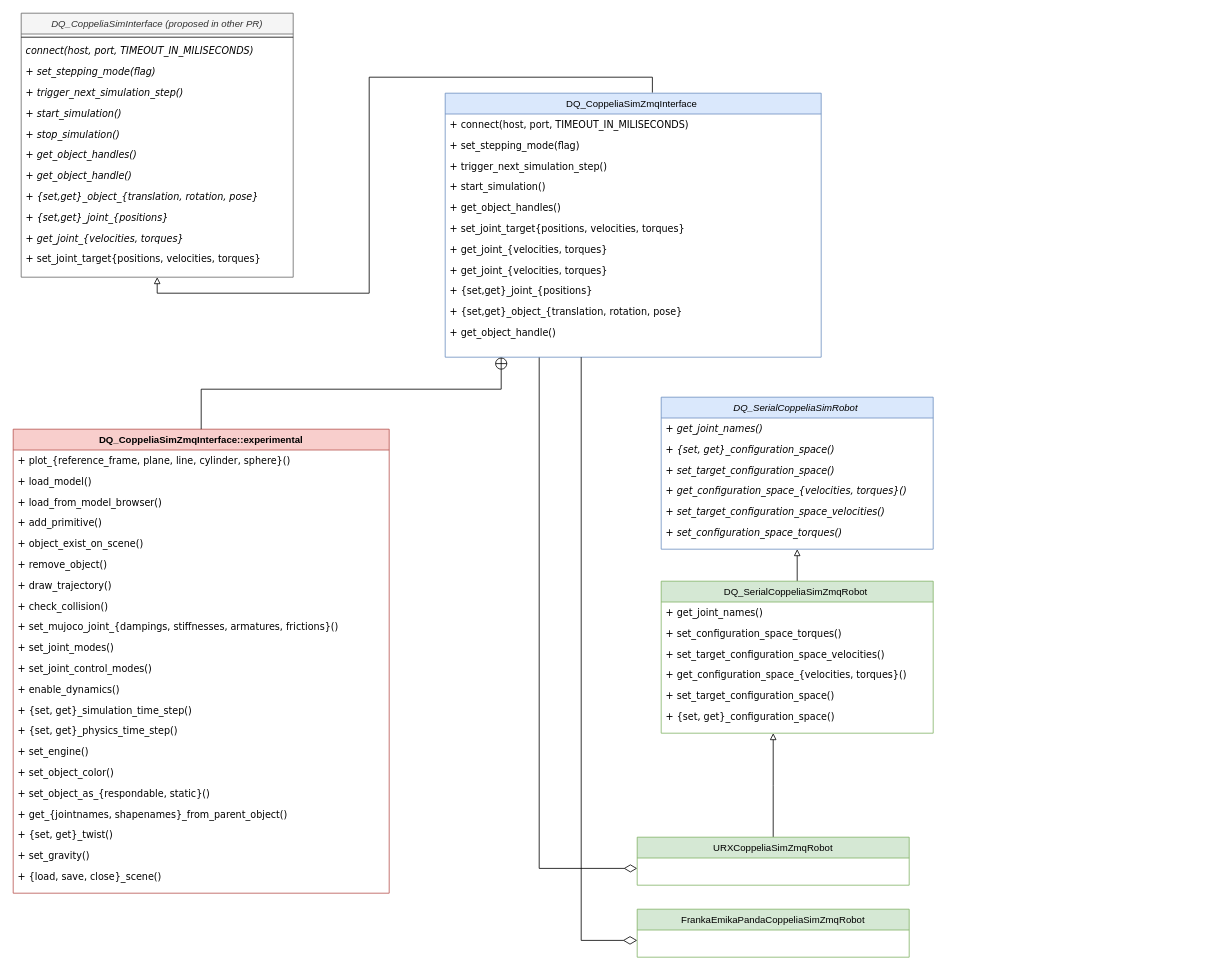
This is DQ_CoppeliaSimZmqInterface.drawio from juanjqo/draw_io_diagrams_test, a draw.io file, before an edit. Source tidied: cells renumbered, new cells numbered last; positions are measured from the earlier drawing's top-left corner, leaving out a move shared by most shapes. Both pictures are drawn from the tidied source at 80%, with x=0, y=0 at pixel (13, 13).
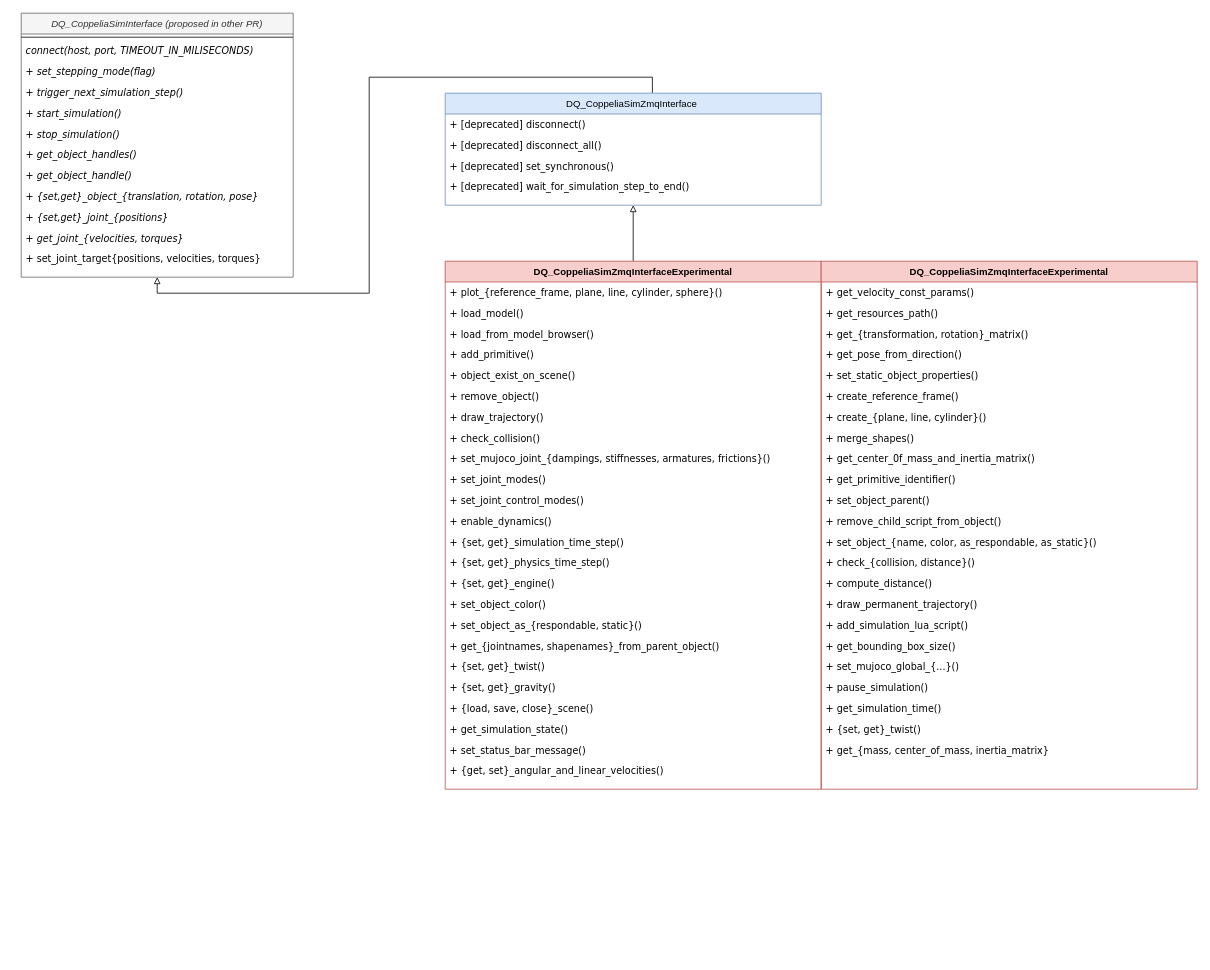
Above is the later version.

Change to the diagram source:
```diff
@@
-    <mxCell id="16" style="edgeStyle=orthogonalEdgeStyle;rounded=0;jettySize=auto;html=1;exitX=0.25;exitY=1;exitDx=0;exitDy=0;entryX=0;entryY=0.5;entryDx=0;entryDy=0;endArrow=diamondThin;endFill=0;startSize=12;sourcePerimeterSpacing=6;targetPerimeterSpacing=9;endSize=14;" parent="1" edge="1" source="17" target="69">
-      <mxGeometry relative="1" as="geometry" />
-    </mxCell>
     <mxCell id="17" value="DQ_CoppeliaSimZmqInterface " style="swimlane;fontStyle=0;align=center;verticalAlign=top;horizontal=1;startSize=26;rounded=0;shadow=0;strokeWidth=1;fillColor=#dae8fc;strokeColor=#6c8ebf;" parent="1" vertex="1">
-      <mxGeometry x="540" y="100" width="470" height="330" as="geometry" />
+      <mxGeometry x="540" y="100" width="470" height="140" as="geometry" />
     </mxCell>
-    <mxCell id="18" value="+ connect(host, port, TIMEOUT_IN_MILISECONDS)" style="text;align=left;verticalAlign=top;spacingLeft=4;spacingRight=4;overflow=hidden;fontFamily=Verdana;fontStyle=0;" parent="17" vertex="1">
-      <mxGeometry y="26" width="470" height="26" as="geometry" />
-    </mxCell>
-    <mxCell id="19" value="+ set_stepping_mode(flag)" style="text;align=left;verticalAlign=top;spacingLeft=4;spacingRight=4;overflow=hidden;fontFamily=Verdana;fontStyle=0;" parent="17" vertex="1">
-      <mxGeometry y="52" width="470" height="26" as="geometry" />
-    </mxCell>
-    <mxCell id="20" value="+ trigger_next_simulation_step()" style="text;align=left;verticalAlign=top;spacingLeft=4;spacingRight=4;overflow=hidden;fontFamily=Verdana;fontStyle=0;" parent="17" vertex="1">
-      <mxGeometry y="78" width="470" height="26" as="geometry" />
-    </mxCell>
-    <mxCell id="21" value="+ start_simulation()" style="text;align=left;verticalAlign=top;spacingLeft=4;spacingRight=4;overflow=hidden;fontFamily=Verdana;fontStyle=0;" parent="17" vertex="1">
-      <mxGeometry y="104" width="470" height="26" as="geometry" />
-    </mxCell>
-    <mxCell id="22" value="+ get_object_handles()" style="text;align=left;verticalAlign=top;spacingLeft=4;spacingRight=4;overflow=hidden;fontFamily=Verdana;fontStyle=0;" parent="17" vertex="1">
-      <mxGeometry y="130" width="470" height="26" as="geometry" />
-    </mxCell>
-    <mxCell id="23" value="+ set_joint_target{positions, velocities, torques}" style="text;align=left;verticalAlign=top;spacingLeft=4;spacingRight=4;overflow=hidden;fontFamily=Verdana;fontStyle=0;" parent="17" vertex="1">
-      <mxGeometry y="156" width="470" height="26" as="geometry" />
-    </mxCell>
-    <mxCell id="24" value="+ get_joint_{velocities, torques}" style="text;align=left;verticalAlign=top;spacingLeft=4;spacingRight=4;overflow=hidden;fontFamily=Verdana;fontStyle=0;" parent="17" vertex="1">
-      <mxGeometry y="182" width="470" height="26" as="geometry" />
-    </mxCell>
-    <mxCell id="25" value="+ get_joint_{velocities, torques}" style="text;align=left;verticalAlign=top;spacingLeft=4;spacingRight=4;overflow=hidden;fontFamily=Verdana;fontStyle=0;" parent="17" vertex="1">
-      <mxGeometry y="208" width="470" height="26" as="geometry" />
-    </mxCell>
-    <mxCell id="26" value="+ {set,get}_joint_{positions}" style="text;align=left;verticalAlign=top;spacingLeft=4;spacingRight=4;overflow=hidden;fontFamily=Verdana;fontStyle=0;" parent="17" vertex="1">
-      <mxGeometry y="234" width="470" height="26" as="geometry" />
-    </mxCell>
-    <mxCell id="27" value="+ {set,get}_object_{translation, rotation, pose}" style="text;align=left;verticalAlign=top;spacingLeft=4;spacingRight=4;overflow=hidden;fontFamily=Verdana;fontStyle=0;" parent="17" vertex="1">
-      <mxGeometry y="260" width="470" height="26" as="geometry" />
-    </mxCell>
-    <mxCell id="28" value="+ get_object_handle()" style="text;align=left;verticalAlign=top;spacingLeft=4;spacingRight=4;overflow=hidden;fontFamily=Verdana;fontStyle=0;" parent="17" vertex="1">
-      <mxGeometry y="286" width="470" height="26" as="geometry" />
-    </mxCell>
+    <mxCell id="73" value="+ [deprecated] disconnect()" style="text;align=left;verticalAlign=top;spacingLeft=4;spacingRight=4;overflow=hidden;fontFamily=Verdana;fontStyle=0;" parent="17" vertex="1">
+      <mxGeometry y="26" width="470" height="26" as="geometry" />
+    </mxCell>
+    <mxCell id="74" value="+ [deprecated] disconnect_all()" style="text;align=left;verticalAlign=top;spacingLeft=4;spacingRight=4;overflow=hidden;fontFamily=Verdana;fontStyle=0;" parent="17" vertex="1">
+      <mxGeometry y="52" width="470" height="26" as="geometry" />
+    </mxCell>
+    <mxCell id="75" value="+ [deprecated] set_synchronous()" style="text;align=left;verticalAlign=top;spacingLeft=4;spacingRight=4;overflow=hidden;fontFamily=Verdana;fontStyle=0;" parent="17" vertex="1">
+      <mxGeometry y="78" width="470" height="26" as="geometry" />
+    </mxCell>
+    <mxCell id="76" value="+ [deprecated] wait_for_simulation_step_to_end()" style="text;align=left;verticalAlign=top;spacingLeft=4;spacingRight=4;overflow=hidden;fontFamily=Verdana;fontStyle=0;" parent="17" vertex="1">
+      <mxGeometry y="104" width="470" height="26" as="geometry" />
+    </mxCell>
+    <mxCell id="77" style="edgeStyle=orthogonalEdgeStyle;rounded=0;jettySize=auto;html=1;entryX=0.5;entryY=1;entryDx=0;entryDy=0;endArrow=block;endFill=0;" parent="1" edge="1" source="29" target="17">
+      <mxGeometry relative="1" as="geometry" />
+    </mxCell>
-    <mxCell id="29" value="DQ_CoppeliaSimZmqInterface::experimental" style="swimlane;fontStyle=1;align=center;verticalAlign=top;horizontal=1;startSize=26;rounded=0;shadow=0;strokeWidth=1;fillColor=#f8cecc;strokeColor=#b85450;" parent="1" vertex="1">
-      <mxGeometry y="520" width="470" height="580" as="geometry" />
+    <mxCell id="29" value="DQ_CoppeliaSimZmqInterfaceExperimental" style="swimlane;fontStyle=1;align=center;verticalAlign=top;horizontal=1;startSize=26;rounded=0;shadow=0;strokeWidth=1;fillColor=#f8cecc;strokeColor=#b85450;" parent="1" vertex="1">
+      <mxGeometry x="540" y="310" width="470" height="660" as="geometry" />
     </mxCell>
@@
-    <mxCell id="44" value="+ set_engine()" style="text;align=left;verticalAlign=top;spacingLeft=4;spacingRight=4;overflow=hidden;fontFamily=Verdana;fontStyle=0;" parent="29" vertex="1">
+    <mxCell id="44" value="+ {set, get}_engine()" style="text;align=left;verticalAlign=top;spacingLeft=4;spacingRight=4;overflow=hidden;fontFamily=Verdana;fontStyle=0;" parent="29" vertex="1">
       <mxGeometry y="390" width="470" height="26" as="geometry" />
     </mxCell>
@@
-    <mxCell id="49" value="+ set_gravity()" style="text;align=left;verticalAlign=top;spacingLeft=4;spacingRight=4;overflow=hidden;fontFamily=Verdana;fontStyle=0;" parent="29" vertex="1">
+    <mxCell id="49" value="+ {set, get}_gravity()" style="text;align=left;verticalAlign=top;spacingLeft=4;spacingRight=4;overflow=hidden;fontFamily=Verdana;fontStyle=0;" parent="29" vertex="1">
       <mxGeometry y="520" width="470" height="26" as="geometry" />
     </mxCell>
@@
-    <mxCell id="51" style="edgeStyle=orthogonalEdgeStyle;rounded=0;jettySize=auto;html=1;endArrow=circlePlus;endFill=0;" parent="1" edge="1" source="29">
-      <mxGeometry relative="1" as="geometry">
-        <mxPoint x="610" y="430" as="targetPoint" />
-        <Array as="points">
-          <mxPoint x="235" y="470" />
-          <mxPoint x="610" y="470" />
-        </Array>
-      </mxGeometry>
-    </mxCell>
-    <mxCell id="52" value="DQ_SerialCoppeliaSimRobot " style="swimlane;fontStyle=2;align=center;verticalAlign=top;horizontal=1;startSize=26;rounded=0;shadow=0;strokeWidth=1;fillColor=#dae8fc;strokeColor=#6c8ebf;" parent="1" vertex="1">
-      <mxGeometry x="810" y="480" width="340" height="190" as="geometry" />
-    </mxCell>
-    <mxCell id="53" value="+ get_joint_names()" style="text;align=left;verticalAlign=top;spacingLeft=4;spacingRight=4;overflow=hidden;fontFamily=Verdana;fontStyle=2;" parent="52" vertex="1">
-      <mxGeometry y="26" width="340" height="26" as="geometry" />
-    </mxCell>
-    <mxCell id="54" value="+ {set, get}_configuration_space()" style="text;align=left;verticalAlign=top;spacingLeft=4;spacingRight=4;overflow=hidden;fontFamily=Verdana;fontStyle=2;" parent="52" vertex="1">
-      <mxGeometry y="52" width="340" height="26" as="geometry" />
-    </mxCell>
-    <mxCell id="55" value="+ set_target_configuration_space()" style="text;align=left;verticalAlign=top;spacingLeft=4;spacingRight=4;overflow=hidden;fontFamily=Verdana;fontStyle=2;" parent="52" vertex="1">
-      <mxGeometry y="78" width="340" height="26" as="geometry" />
-    </mxCell>
-    <mxCell id="56" value="+ get_configuration_space_{velocities, torques}()&#10;" style="text;align=left;verticalAlign=top;spacingLeft=4;spacingRight=4;overflow=hidden;fontFamily=Verdana;fontStyle=2;" parent="52" vertex="1">
-      <mxGeometry y="104" width="340" height="26" as="geometry" />
-    </mxCell>
-    <mxCell id="57" value="+ set_target_configuration_space_velocities()&#10;" style="text;align=left;verticalAlign=top;spacingLeft=4;spacingRight=4;overflow=hidden;fontFamily=Verdana;fontStyle=2;" parent="52" vertex="1">
-      <mxGeometry y="130" width="340" height="26" as="geometry" />
-    </mxCell>
-    <mxCell id="58" value="+ set_configuration_space_torques()&#10;" style="text;align=left;verticalAlign=top;spacingLeft=4;spacingRight=4;overflow=hidden;fontFamily=Verdana;fontStyle=2;" parent="52" vertex="1">
-      <mxGeometry y="156" width="340" height="26" as="geometry" />
-    </mxCell>
-    <mxCell id="59" style="edgeStyle=orthogonalEdgeStyle;rounded=0;jettySize=auto;html=1;exitX=0.5;exitY=0;exitDx=0;exitDy=0;entryX=0.5;entryY=1;entryDx=0;entryDy=0;endArrow=block;endFill=0;" parent="1" edge="1" source="60" target="52">
-      <mxGeometry relative="1" as="geometry" />
-    </mxCell>
-    <mxCell id="60" value="DQ_SerialCoppeliaSimZmqRobot " style="swimlane;fontStyle=0;align=center;verticalAlign=top;horizontal=1;startSize=26;rounded=0;shadow=0;strokeWidth=1;fillColor=#d5e8d4;strokeColor=#82b366;" parent="1" vertex="1">
-      <mxGeometry x="810" y="710" width="340" height="190" as="geometry" />
-    </mxCell>
-    <mxCell id="61" value="+ get_joint_names()" style="text;align=left;verticalAlign=top;spacingLeft=4;spacingRight=4;overflow=hidden;fontFamily=Verdana;fontStyle=0;" parent="60" vertex="1">
-      <mxGeometry y="26" width="340" height="26" as="geometry" />
-    </mxCell>
-    <mxCell id="62" value="+ set_configuration_space_torques()&#10;" style="text;align=left;verticalAlign=top;spacingLeft=4;spacingRight=4;overflow=hidden;fontFamily=Verdana;fontStyle=0;" parent="60" vertex="1">
-      <mxGeometry y="52" width="340" height="26" as="geometry" />
-    </mxCell>
-    <mxCell id="63" value="+ set_target_configuration_space_velocities()&#10;" style="text;align=left;verticalAlign=top;spacingLeft=4;spacingRight=4;overflow=hidden;fontFamily=Verdana;fontStyle=0;" parent="60" vertex="1">
-      <mxGeometry y="78" width="340" height="26" as="geometry" />
-    </mxCell>
-    <mxCell id="64" value="+ get_configuration_space_{velocities, torques}()&#10;" style="text;align=left;verticalAlign=top;spacingLeft=4;spacingRight=4;overflow=hidden;fontFamily=Verdana;fontStyle=0;" parent="60" vertex="1">
-      <mxGeometry y="104" width="340" height="26" as="geometry" />
-    </mxCell>
-    <mxCell id="65" value="+ set_target_configuration_space()" style="text;align=left;verticalAlign=top;spacingLeft=4;spacingRight=4;overflow=hidden;fontFamily=Verdana;fontStyle=0;" parent="60" vertex="1">
-      <mxGeometry y="130" width="340" height="26" as="geometry" />
-    </mxCell>
-    <mxCell id="66" value="+ {set, get}_configuration_space()" style="text;align=left;verticalAlign=top;spacingLeft=4;spacingRight=4;overflow=hidden;fontFamily=Verdana;fontStyle=0;" parent="60" vertex="1">
-      <mxGeometry y="156" width="340" height="26" as="geometry" />
-    </mxCell>
-    <mxCell id="67" style="edgeStyle=orthogonalEdgeStyle;rounded=0;jettySize=auto;html=1;endArrow=block;endFill=0;" parent="1" edge="1" source="68">
-      <mxGeometry relative="1" as="geometry">
-        <mxPoint x="950" y="900" as="targetPoint" />
-      </mxGeometry>
-    </mxCell>
-    <mxCell id="68" value="URXCoppeliaSimZmqRobot" style="swimlane;fontStyle=0;align=center;verticalAlign=top;horizontal=1;startSize=26;rounded=0;shadow=0;strokeWidth=1;fillColor=#d5e8d4;strokeColor=#82b366;" parent="1" vertex="1">
-      <mxGeometry x="780" y="1030" width="340" height="60" as="geometry" />
-    </mxCell>
-    <mxCell id="69" value="&#10;" style="text;align=left;verticalAlign=top;spacingLeft=4;spacingRight=4;overflow=hidden;points=[[0,0.5],[1,0.5]];portConstraint=eastwest;fontFamily=Verdana;fontStyle=0;" parent="68" vertex="1">
-      <mxGeometry y="26" width="340" height="26" as="geometry" />
-    </mxCell>
-    <mxCell id="70" value="FrankaEmikaPandaCoppeliaSimZmqRobot" style="swimlane;fontStyle=0;align=center;verticalAlign=top;horizontal=1;startSize=26;rounded=0;shadow=0;strokeWidth=1;fillColor=#d5e8d4;strokeColor=#82b366;" parent="1" vertex="1">
-      <mxGeometry x="780" y="1120" width="340" height="60" as="geometry" />
-    </mxCell>
-    <mxCell id="71" style="edgeStyle=orthogonalEdgeStyle;rounded=0;jettySize=auto;html=1;exitX=0;exitY=0.5;exitDx=0;exitDy=0;endArrow=none;endFill=0;startArrow=diamondThin;startFill=0;targetPerimeterSpacing=4;sourcePerimeterSpacing=4;endSize=10;startSize=15;" parent="70" edge="1" source="72">
-      <mxGeometry relative="1" as="geometry">
-        <mxPoint x="-70" y="-690" as="targetPoint" />
-        <Array as="points">
-          <mxPoint x="-70" y="39" />
-          <mxPoint x="-70" y="-690" />
-        </Array>
-      </mxGeometry>
-    </mxCell>
-    <mxCell id="72" value="&#10;" style="text;align=left;verticalAlign=top;spacingLeft=4;spacingRight=4;overflow=hidden;points=[[0,0.5],[1,0.5]];portConstraint=eastwest;fontFamily=Verdana;fontStyle=0;" parent="70" vertex="1">
-      <mxGeometry y="26" width="340" height="26" as="geometry" />
-    </mxCell>
+    <mxCell id="78" value="+ get_simulation_state()" style="text;align=left;verticalAlign=top;spacingLeft=4;spacingRight=4;overflow=hidden;fontFamily=Verdana;fontStyle=0;" parent="29" vertex="1">
+      <mxGeometry y="572" width="470" height="26" as="geometry" />
+    </mxCell>
+    <mxCell id="79" value="+ set_status_bar_message()" style="text;align=left;verticalAlign=top;spacingLeft=4;spacingRight=4;overflow=hidden;fontFamily=Verdana;fontStyle=0;" parent="29" vertex="1">
+      <mxGeometry y="598" width="470" height="26" as="geometry" />
+    </mxCell>
+    <mxCell id="80" value="+ {get, set}_angular_and_linear_velocities()" style="text;align=left;verticalAlign=top;spacingLeft=4;spacingRight=4;overflow=hidden;fontFamily=Verdana;fontStyle=0;" parent="29" vertex="1">
+      <mxGeometry y="624" width="470" height="26" as="geometry" />
+    </mxCell>
+    <mxCell id="81" value="DQ_CoppeliaSimZmqInterfaceExperimental" style="swimlane;fontStyle=1;align=center;verticalAlign=top;horizontal=1;startSize=26;rounded=0;shadow=0;strokeWidth=1;fillColor=#f8cecc;strokeColor=#b85450;" parent="1" vertex="1">
+      <mxGeometry x="1010" y="310" width="470" height="660" as="geometry" />
+    </mxCell>
+    <mxCell id="82" value="+ get_velocity_const_params()" style="text;align=left;verticalAlign=top;spacingLeft=4;spacingRight=4;overflow=hidden;fontFamily=Verdana;fontStyle=0;" parent="81" vertex="1">
+      <mxGeometry y="26" width="470" height="26" as="geometry" />
+    </mxCell>
+    <mxCell id="83" value="+ get_resources_path()" style="text;align=left;verticalAlign=top;spacingLeft=4;spacingRight=4;overflow=hidden;fontFamily=Verdana;fontStyle=0;" parent="81" vertex="1">
+      <mxGeometry y="52" width="470" height="26" as="geometry" />
+    </mxCell>
+    <mxCell id="84" value="+ get_{transformation, rotation}_matrix()" style="text;align=left;verticalAlign=top;spacingLeft=4;spacingRight=4;overflow=hidden;fontFamily=Verdana;fontStyle=0;" parent="81" vertex="1">
+      <mxGeometry y="78" width="470" height="26" as="geometry" />
+    </mxCell>
+    <mxCell id="85" value="+ get_pose_from_direction()" style="text;align=left;verticalAlign=top;spacingLeft=4;spacingRight=4;overflow=hidden;fontFamily=Verdana;fontStyle=0;" parent="81" vertex="1">
+      <mxGeometry y="104" width="470" height="26" as="geometry" />
+    </mxCell>
+    <mxCell id="86" value="+ set_static_object_properties()" style="text;align=left;verticalAlign=top;spacingLeft=4;spacingRight=4;overflow=hidden;fontFamily=Verdana;fontStyle=0;" parent="81" vertex="1">
+      <mxGeometry y="130" width="470" height="26" as="geometry" />
+    </mxCell>
+    <mxCell id="87" value="+ create_reference_frame()" style="text;align=left;verticalAlign=top;spacingLeft=4;spacingRight=4;overflow=hidden;fontFamily=Verdana;fontStyle=0;" parent="81" vertex="1">
+      <mxGeometry y="156" width="470" height="26" as="geometry" />
+    </mxCell>
+    <mxCell id="88" value="+ create_{plane, line, cylinder}()" style="text;align=left;verticalAlign=top;spacingLeft=4;spacingRight=4;overflow=hidden;fontFamily=Verdana;fontStyle=0;" parent="81" vertex="1">
+      <mxGeometry y="182" width="470" height="26" as="geometry" />
+    </mxCell>
+    <mxCell id="89" value="+ merge_shapes()" style="text;align=left;verticalAlign=top;spacingLeft=4;spacingRight=4;overflow=hidden;fontFamily=Verdana;fontStyle=0;" parent="81" vertex="1">
+      <mxGeometry y="208" width="470" height="26" as="geometry" />
+    </mxCell>
+    <mxCell id="90" value="+ get_center_0f_mass_and_inertia_matrix()" style="text;align=left;verticalAlign=top;spacingLeft=4;spacingRight=4;overflow=hidden;fontFamily=Verdana;fontStyle=0;" parent="81" vertex="1">
+      <mxGeometry y="234" width="470" height="26" as="geometry" />
+    </mxCell>
+    <mxCell id="91" value="+ get_primitive_identifier()" style="text;align=left;verticalAlign=top;spacingLeft=4;spacingRight=4;overflow=hidden;fontFamily=Verdana;fontStyle=0;" parent="81" vertex="1">
+      <mxGeometry y="260" width="470" height="26" as="geometry" />
+    </mxCell>
+    <mxCell id="92" value="+ set_object_parent()" style="text;align=left;verticalAlign=top;spacingLeft=4;spacingRight=4;overflow=hidden;fontFamily=Verdana;fontStyle=0;" parent="81" vertex="1">
+      <mxGeometry y="286" width="470" height="26" as="geometry" />
+    </mxCell>
+    <mxCell id="93" value="+ remove_child_script_from_object()" style="text;align=left;verticalAlign=top;spacingLeft=4;spacingRight=4;overflow=hidden;fontFamily=Verdana;fontStyle=0;" parent="81" vertex="1">
+      <mxGeometry y="312" width="470" height="26" as="geometry" />
+    </mxCell>
+    <mxCell id="94" value="+ set_object_{name, color, as_respondable, as_static}()" style="text;align=left;verticalAlign=top;spacingLeft=4;spacingRight=4;overflow=hidden;fontFamily=Verdana;fontStyle=0;" parent="81" vertex="1">
+      <mxGeometry y="338" width="470" height="26" as="geometry" />
+    </mxCell>
+    <mxCell id="95" value="+ check_{collision, distance}()" style="text;align=left;verticalAlign=top;spacingLeft=4;spacingRight=4;overflow=hidden;fontFamily=Verdana;fontStyle=0;" parent="81" vertex="1">
+      <mxGeometry y="364" width="470" height="26" as="geometry" />
+    </mxCell>
+    <mxCell id="96" value="+ compute_distance()" style="text;align=left;verticalAlign=top;spacingLeft=4;spacingRight=4;overflow=hidden;fontFamily=Verdana;fontStyle=0;" parent="81" vertex="1">
+      <mxGeometry y="390" width="470" height="26" as="geometry" />
+    </mxCell>
+    <mxCell id="97" value="+ draw_permanent_trajectory()" style="text;align=left;verticalAlign=top;spacingLeft=4;spacingRight=4;overflow=hidden;fontFamily=Verdana;fontStyle=0;" parent="81" vertex="1">
+      <mxGeometry y="416" width="470" height="26" as="geometry" />
+    </mxCell>
+    <mxCell id="98" value="+ add_simulation_lua_script()" style="text;align=left;verticalAlign=top;spacingLeft=4;spacingRight=4;overflow=hidden;fontFamily=Verdana;fontStyle=0;" parent="81" vertex="1">
+      <mxGeometry y="442" width="470" height="26" as="geometry" />
+    </mxCell>
+    <mxCell id="99" value="+ get_bounding_box_size()" style="text;align=left;verticalAlign=top;spacingLeft=4;spacingRight=4;overflow=hidden;fontFamily=Verdana;fontStyle=0;" parent="81" vertex="1">
+      <mxGeometry y="468" width="470" height="26" as="geometry" />
+    </mxCell>
+    <mxCell id="100" value="+ set_mujoco_global_{...}()" style="text;align=left;verticalAlign=top;spacingLeft=4;spacingRight=4;overflow=hidden;fontFamily=Verdana;fontStyle=0;" parent="81" vertex="1">
+      <mxGeometry y="494" width="470" height="26" as="geometry" />
+    </mxCell>
+    <mxCell id="101" value="+ pause_simulation()" style="text;align=left;verticalAlign=top;spacingLeft=4;spacingRight=4;overflow=hidden;fontFamily=Verdana;fontStyle=0;" parent="81" vertex="1">
+      <mxGeometry y="520" width="470" height="26" as="geometry" />
+    </mxCell>
+    <mxCell id="102" value="+ get_simulation_time()" style="text;align=left;verticalAlign=top;spacingLeft=4;spacingRight=4;overflow=hidden;fontFamily=Verdana;fontStyle=0;" parent="81" vertex="1">
+      <mxGeometry y="546" width="470" height="26" as="geometry" />
+    </mxCell>
+    <mxCell id="103" value="+ {set, get}_twist()" style="text;align=left;verticalAlign=top;spacingLeft=4;spacingRight=4;overflow=hidden;fontFamily=Verdana;fontStyle=0;" parent="81" vertex="1">
+      <mxGeometry y="572" width="470" height="26" as="geometry" />
+    </mxCell>
+    <mxCell id="104" value="+ get_{mass, center_of_mass, inertia_matrix}" style="text;align=left;verticalAlign=top;spacingLeft=4;spacingRight=4;overflow=hidden;fontFamily=Verdana;fontStyle=0;" parent="81" vertex="1">
+      <mxGeometry y="598" width="470" height="26" as="geometry" />
+    </mxCell>
```
